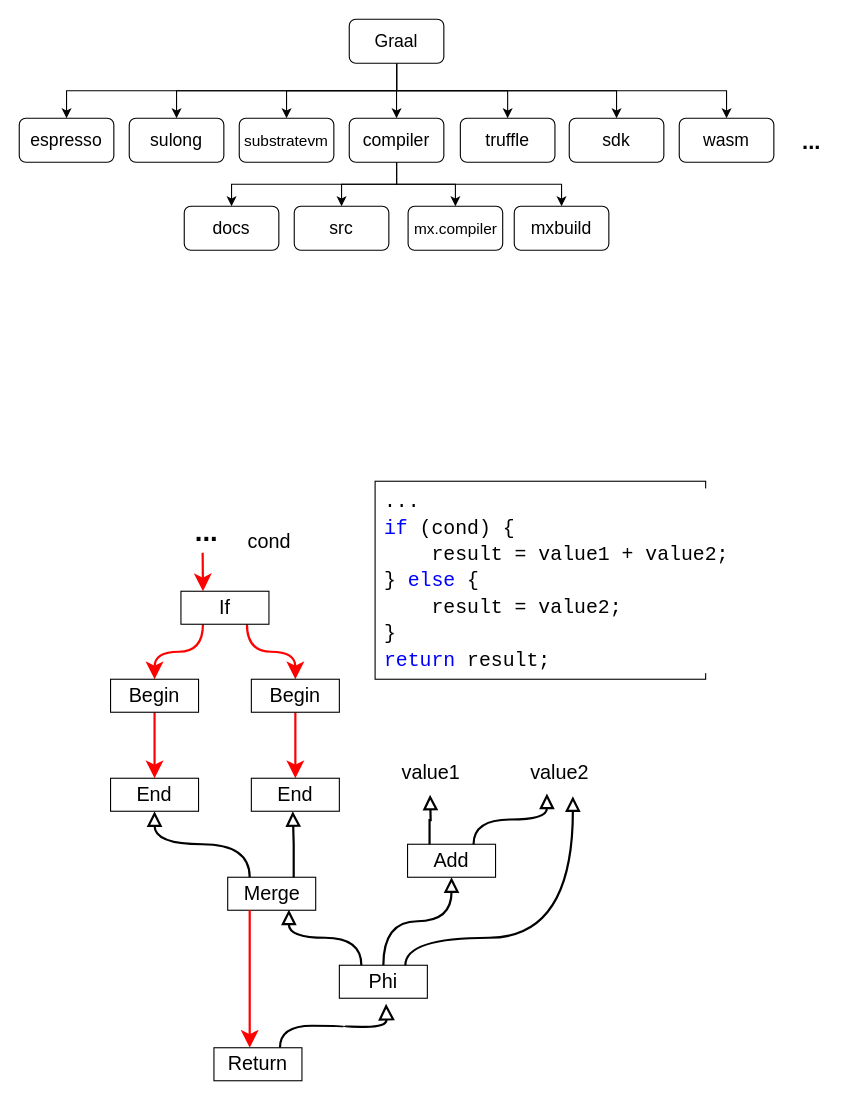
The draw.io diagram GraalVM.drawio in f123888/Draw.IO, before the edit. Source tidied: cells renumbered, new cells numbered last; positions are measured from the earlier drawing's top-left corner, leaving out a move shared by most shapes. Both pictures are drawn from the tidied source at 110%, with x=0, y=0 at pixel (19, 19).
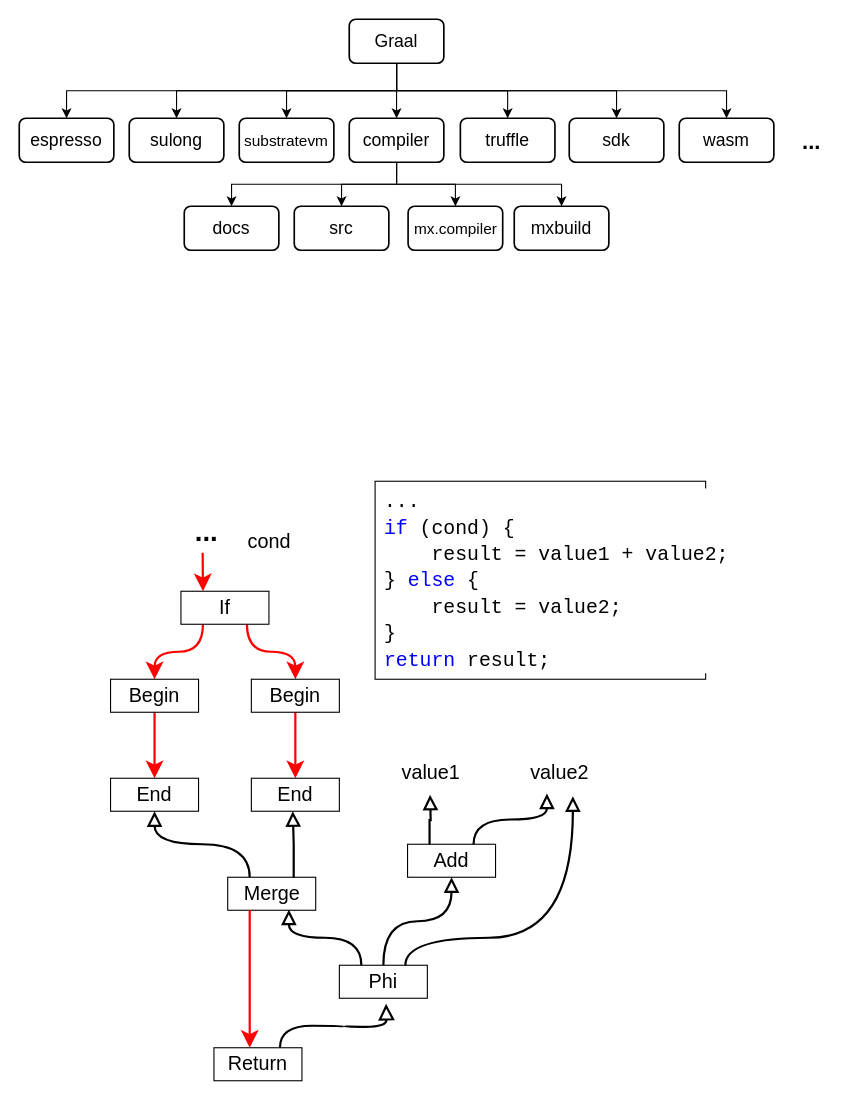
After the change.

The edit, as a diff of the source:
```diff
@@
-    <mxCell id="9" value="&lt;font style=&quot;font-size: 16px;&quot;&gt;Graal&lt;/font&gt;" style="rounded=1;whiteSpace=wrap;html=1;" parent="1" vertex="1">
+    <mxCell id="9" value="&lt;font style=&quot;font-size: 16px;&quot;&gt;Graal&lt;/font&gt;" style="rounded=1;whiteSpace=wrap;html=1;strokeWidth=1.5;" parent="1" vertex="1">
       <mxGeometry x="300" width="86" height="40" as="geometry" />
     </mxCell>
-    <mxCell id="10" value="truffle" style="rounded=1;whiteSpace=wrap;html=1;fontSize=16;" parent="1" vertex="1">
+    <mxCell id="10" value="truffle" style="rounded=1;whiteSpace=wrap;html=1;fontSize=16;strokeWidth=1.5;" parent="1" vertex="1">
       <mxGeometry x="401" y="90" width="86" height="40" as="geometry" />
     </mxCell>
-    <mxCell id="11" value="sdk" style="rounded=1;whiteSpace=wrap;html=1;fontSize=16;" parent="1" vertex="1">
+    <mxCell id="11" value="sdk" style="rounded=1;whiteSpace=wrap;html=1;fontSize=16;strokeWidth=1.5;" parent="1" vertex="1">
       <mxGeometry x="500" y="90" width="86" height="40" as="geometry" />
     </mxCell>
@@
-    <mxCell id="16" value="compiler" style="rounded=1;whiteSpace=wrap;html=1;fontSize=16;" parent="1" vertex="1">
+    <mxCell id="16" value="compiler" style="rounded=1;whiteSpace=wrap;html=1;fontSize=16;strokeWidth=1.5;" parent="1" vertex="1">
       <mxGeometry x="300" y="90" width="86" height="40" as="geometry" />
     </mxCell>
-    <mxCell id="17" value="&lt;font style=&quot;font-size: 14px;&quot;&gt;substratevm&lt;/font&gt;" style="rounded=1;whiteSpace=wrap;html=1;fontSize=16;" parent="1" vertex="1">
+    <mxCell id="17" value="&lt;font style=&quot;font-size: 14px;&quot;&gt;substratevm&lt;/font&gt;" style="rounded=1;whiteSpace=wrap;html=1;fontSize=16;strokeWidth=1.5;" parent="1" vertex="1">
       <mxGeometry x="200" y="90" width="86" height="40" as="geometry" />
     </mxCell>
-    <mxCell id="18" value="sulong" style="rounded=1;whiteSpace=wrap;html=1;fontSize=16;" parent="1" vertex="1">
+    <mxCell id="18" value="sulong" style="rounded=1;whiteSpace=wrap;html=1;fontSize=16;strokeWidth=1.5;" parent="1" vertex="1">
       <mxGeometry x="100" y="90" width="86" height="40" as="geometry" />
     </mxCell>
-    <mxCell id="19" value="wasm" style="rounded=1;whiteSpace=wrap;html=1;fontSize=16;" parent="1" vertex="1">
+    <mxCell id="19" value="wasm" style="rounded=1;whiteSpace=wrap;html=1;fontSize=16;strokeWidth=1.5;" parent="1" vertex="1">
       <mxGeometry x="600" y="90" width="86" height="40" as="geometry" />
     </mxCell>
-    <mxCell id="20" value="&lt;span style=&quot;text-align: left;&quot;&gt;espresso&lt;/span&gt;" style="rounded=1;whiteSpace=wrap;html=1;fontSize=16;" parent="1" vertex="1">
+    <mxCell id="20" value="&lt;span style=&quot;text-align: left;&quot;&gt;espresso&lt;/span&gt;" style="rounded=1;whiteSpace=wrap;html=1;fontSize=16;strokeWidth=1.5;" parent="1" vertex="1">
       <mxGeometry y="90" width="86" height="40" as="geometry" />
     </mxCell>
@@
-    <mxCell id="22" value="src" style="rounded=1;whiteSpace=wrap;html=1;fontSize=16;" parent="1" vertex="1">
+    <mxCell id="22" value="src" style="rounded=1;whiteSpace=wrap;html=1;fontSize=16;strokeWidth=1.5;" parent="1" vertex="1">
       <mxGeometry x="250" y="170" width="86" height="40" as="geometry" />
     </mxCell>
-    <mxCell id="23" value="&lt;font style=&quot;font-size: 14px;&quot;&gt;mx.compiler&lt;/font&gt;" style="rounded=1;whiteSpace=wrap;html=1;fontSize=16;" parent="1" vertex="1">
+    <mxCell id="23" value="&lt;font style=&quot;font-size: 14px;&quot;&gt;mx.compiler&lt;/font&gt;" style="rounded=1;whiteSpace=wrap;html=1;fontSize=16;strokeWidth=1.5;" parent="1" vertex="1">
       <mxGeometry x="353.5" y="170" width="86" height="40" as="geometry" />
     </mxCell>
-    <mxCell id="24" value="docs" style="rounded=1;whiteSpace=wrap;html=1;fontSize=16;" parent="1" vertex="1">
+    <mxCell id="24" value="docs" style="rounded=1;whiteSpace=wrap;html=1;fontSize=16;strokeWidth=1.5;" parent="1" vertex="1">
       <mxGeometry x="150" y="170" width="86" height="40" as="geometry" />
     </mxCell>
-    <mxCell id="25" value="mxbuild" style="rounded=1;whiteSpace=wrap;html=1;fontSize=16;" parent="1" vertex="1">
+    <mxCell id="25" value="mxbuild" style="rounded=1;whiteSpace=wrap;html=1;fontSize=16;strokeWidth=1.5;" parent="1" vertex="1">
       <mxGeometry x="450" y="170" width="86" height="40" as="geometry" />
     </mxCell>
```
